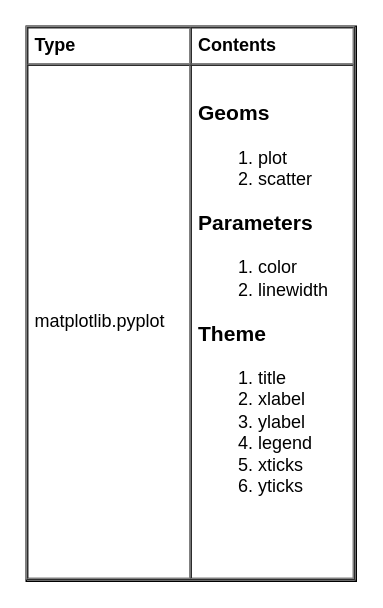
Before: page "Matplotlib" (5 of 7) of ml/ml.drawio in yangdj/tf_docs, a draw.io diagram. Source tidied: cells renumbered, new cells numbered last; positions are measured from the earlier drawing's top-left corner, leaving out a move shared by most shapes. Both pictures are drawn from the tidied source at 150%, with x=0, y=0 at pixel (26, 26).
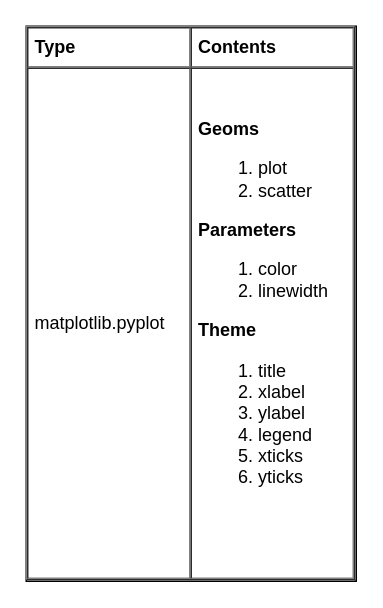
Above is the later version.

Diff of the diagram source:
```diff
@@
 <mxGraphModel>
   <root>
     <mxCell id="0" />
     <mxCell id="1" parent="0" />
-    <mxCell id="2" value="&lt;table cellpadding=&quot;4&quot; cellspacing=&quot;0&quot; border=&quot;1&quot; style=&quot;font-size: 1em ; width: 100% ; height: 100%&quot;&gt;&lt;tbody&gt;&lt;tr&gt;&lt;th&gt;Type&lt;/th&gt;&lt;th&gt;Contents&lt;/th&gt;&lt;/tr&gt;&lt;tr&gt;&lt;td&gt;matplotlib.pyplot&lt;/td&gt;&lt;td&gt;&lt;h3&gt;Geoms&lt;/h3&gt;&lt;ol&gt;&lt;li&gt;plot&lt;/li&gt;&lt;li&gt;scatter&lt;/li&gt;&lt;/ol&gt;&lt;div&gt;&lt;h3&gt;Parameters&lt;/h3&gt;&lt;div&gt;&lt;ol&gt;&lt;li&gt;&lt;span style=&quot;font-size: 1em&quot;&gt;color&lt;/span&gt;&lt;br&gt;&lt;/li&gt;&lt;li&gt;linewidth&lt;/li&gt;&lt;/ol&gt;&lt;/div&gt;&lt;/div&gt;&lt;h3&gt;Theme&lt;/h3&gt;&lt;ol&gt;&lt;li&gt;title&lt;/li&gt;&lt;li&gt;xlabel&lt;/li&gt;&lt;li&gt;ylabel&lt;/li&gt;&lt;li&gt;legend&lt;/li&gt;&lt;li&gt;xticks&lt;/li&gt;&lt;li&gt;yticks&lt;/li&gt;&lt;/ol&gt;&lt;h3&gt;&lt;br&gt;&lt;/h3&gt;&lt;/td&gt;&lt;/tr&gt;&lt;/tbody&gt;&lt;/table&gt; " style="verticalAlign=top;align=left;overflow=fill;fontSize=12;fontFamily=Helvetica;html=1;" parent="1" vertex="1">
+    <mxCell id="2" value="&lt;table cellpadding=&quot;4&quot; cellspacing=&quot;0&quot; border=&quot;1&quot; style=&quot;font-size: 12px; width: 100%; height: 100%;&quot;&gt;&lt;tbody style=&quot;font-size: 12px;&quot;&gt;&lt;tr style=&quot;font-size: 12px;&quot;&gt;&lt;th style=&quot;font-size: 12px;&quot;&gt;Type&lt;/th&gt;&lt;th style=&quot;font-size: 12px;&quot;&gt;Contents&lt;/th&gt;&lt;/tr&gt;&lt;tr style=&quot;font-size: 12px;&quot;&gt;&lt;td style=&quot;font-size: 12px;&quot;&gt;matplotlib.pyplot&lt;/td&gt;&lt;td style=&quot;font-size: 12px;&quot;&gt;&lt;h3 style=&quot;font-size: 12px;&quot;&gt;Geoms&lt;/h3&gt;&lt;ol style=&quot;font-size: 12px;&quot;&gt;&lt;li style=&quot;font-size: 12px;&quot;&gt;plot&lt;/li&gt;&lt;li style=&quot;font-size: 12px;&quot;&gt;scatter&lt;/li&gt;&lt;/ol&gt;&lt;div style=&quot;font-size: 12px;&quot;&gt;&lt;h3 style=&quot;font-size: 12px;&quot;&gt;Parameters&lt;/h3&gt;&lt;div style=&quot;font-size: 12px;&quot;&gt;&lt;ol style=&quot;font-size: 12px;&quot;&gt;&lt;li style=&quot;font-size: 12px;&quot;&gt;&lt;span style=&quot;font-size: 12px;&quot;&gt;color&lt;/span&gt;&lt;br style=&quot;font-size: 12px;&quot;&gt;&lt;/li&gt;&lt;li style=&quot;font-size: 12px;&quot;&gt;linewidth&lt;/li&gt;&lt;/ol&gt;&lt;/div&gt;&lt;/div&gt;&lt;h3 style=&quot;font-size: 12px;&quot;&gt;Theme&lt;/h3&gt;&lt;ol style=&quot;font-size: 12px;&quot;&gt;&lt;li style=&quot;font-size: 12px;&quot;&gt;title&lt;/li&gt;&lt;li style=&quot;font-size: 12px;&quot;&gt;xlabel&lt;/li&gt;&lt;li style=&quot;font-size: 12px;&quot;&gt;ylabel&lt;/li&gt;&lt;li style=&quot;font-size: 12px;&quot;&gt;legend&lt;/li&gt;&lt;li style=&quot;font-size: 12px;&quot;&gt;xticks&lt;/li&gt;&lt;li style=&quot;font-size: 12px;&quot;&gt;yticks&lt;/li&gt;&lt;/ol&gt;&lt;h3 style=&quot;font-size: 12px;&quot;&gt;&lt;br style=&quot;font-size: 12px;&quot;&gt;&lt;/h3&gt;&lt;/td&gt;&lt;/tr&gt;&lt;/tbody&gt;&lt;/table&gt; " style="verticalAlign=top;align=left;overflow=fill;fontSize=12;fontFamily=Helvetica;html=1;" parent="1" vertex="1">
       <mxGeometry width="220" height="370" as="geometry" />
     </mxCell>
   </root>
 </mxGraphModel>
```
